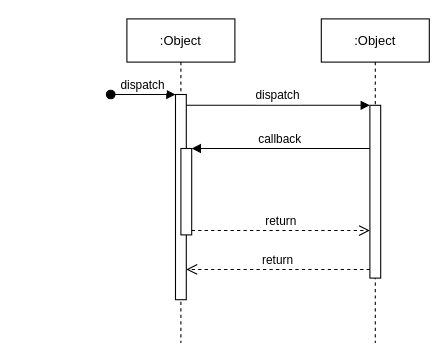
HX1-0/MySpring keeps this draw.io diagram as MySpring流程图/Untitled Diagram.drawio. Above is the earlier version. Source tidied: cells renumbered, new cells numbered last; positions are measured from the earlier drawing's top-left corner, leaving out a move shared by most shapes. Both pictures are drawn from the tidied source at 108%, with x=0, y=0 at pixel (110, 18).
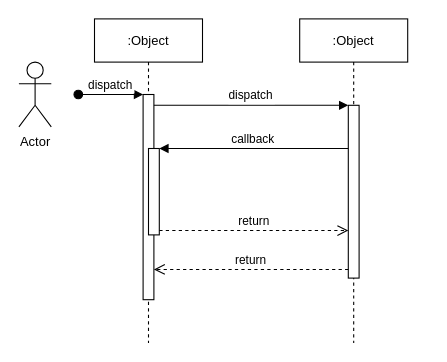
After the change.

Change to the diagram source:
```diff
@@
 <mxGraphModel>
   <root>
     <mxCell id="0" />
     <mxCell id="1" parent="0" />
     <mxCell id="2" value=":Object" style="shape=umlLifeline;perimeter=lifelinePerimeter;rounded=0;shadow=0;strokeWidth=1;" parent="1" vertex="1">
-      <mxGeometry x="15" width="100" height="300" as="geometry" />
+      <mxGeometry x="-15" width="100" height="300" as="geometry" />
     </mxCell>
     <mxCell id="3" style="points=[];perimeter=orthogonalPerimeter;rounded=0;shadow=0;strokeWidth=1;" parent="2" vertex="1">
       <mxGeometry x="45" y="70" width="10" height="190" as="geometry" />
     </mxCell>
     <mxCell id="4" value="dispatch" style="verticalAlign=bottom;startArrow=oval;endArrow=block;startSize=8;shadow=0;strokeWidth=1;" parent="2" edge="1" target="3">
       <mxGeometry relative="1" as="geometry">
         <mxPoint x="-15" y="70" as="sourcePoint" />
       </mxGeometry>
     </mxCell>
     <mxCell id="5" style="points=[];perimeter=orthogonalPerimeter;rounded=0;shadow=0;strokeWidth=1;" parent="2" vertex="1">
       <mxGeometry x="50" y="120" width="10" height="80" as="geometry" />
     </mxCell>
     <mxCell id="6" value=":Object" style="shape=umlLifeline;perimeter=lifelinePerimeter;rounded=0;shadow=0;strokeWidth=1;" parent="1" vertex="1">
-      <mxGeometry x="195" width="100" height="300" as="geometry" />
+      <mxGeometry x="175" width="100" height="300" as="geometry" />
     </mxCell>
     <mxCell id="7" style="points=[];perimeter=orthogonalPerimeter;rounded=0;shadow=0;strokeWidth=1;" parent="6" vertex="1">
       <mxGeometry x="45" y="80" width="10" height="160" as="geometry" />
     </mxCell>
     <mxCell id="8" value="return" style="verticalAlign=bottom;endArrow=open;dashed=1;endSize=8;exitX=0;exitY=0.95;shadow=0;strokeWidth=1;" parent="1" edge="1" source="7" target="3">
       <mxGeometry relative="1" as="geometry" />
     </mxCell>
     <mxCell id="9" value="dispatch" style="verticalAlign=bottom;endArrow=block;entryX=0;entryY=0;shadow=0;strokeWidth=1;" parent="1" edge="1" source="3" target="7">
       <mxGeometry relative="1" as="geometry" />
     </mxCell>
     <mxCell id="10" value="callback" style="verticalAlign=bottom;endArrow=block;entryX=1;entryY=0;shadow=0;strokeWidth=1;" parent="1" edge="1" source="7" target="5">
       <mxGeometry relative="1" as="geometry" />
     </mxCell>
     <mxCell id="11" value="return" style="verticalAlign=bottom;endArrow=open;dashed=1;endSize=8;exitX=1;exitY=0.95;shadow=0;strokeWidth=1;" parent="1" edge="1" source="5" target="7">
       <mxGeometry relative="1" as="geometry" />
     </mxCell>
+    <mxCell id="12" value="Actor" style="shape=umlActor;verticalLabelPosition=bottom;verticalAlign=top;html=1;" parent="1" vertex="1">
+      <mxGeometry x="-85" y="40" width="30" height="60" as="geometry" />
+    </mxCell>
   </root>
 </mxGraphModel>
```
